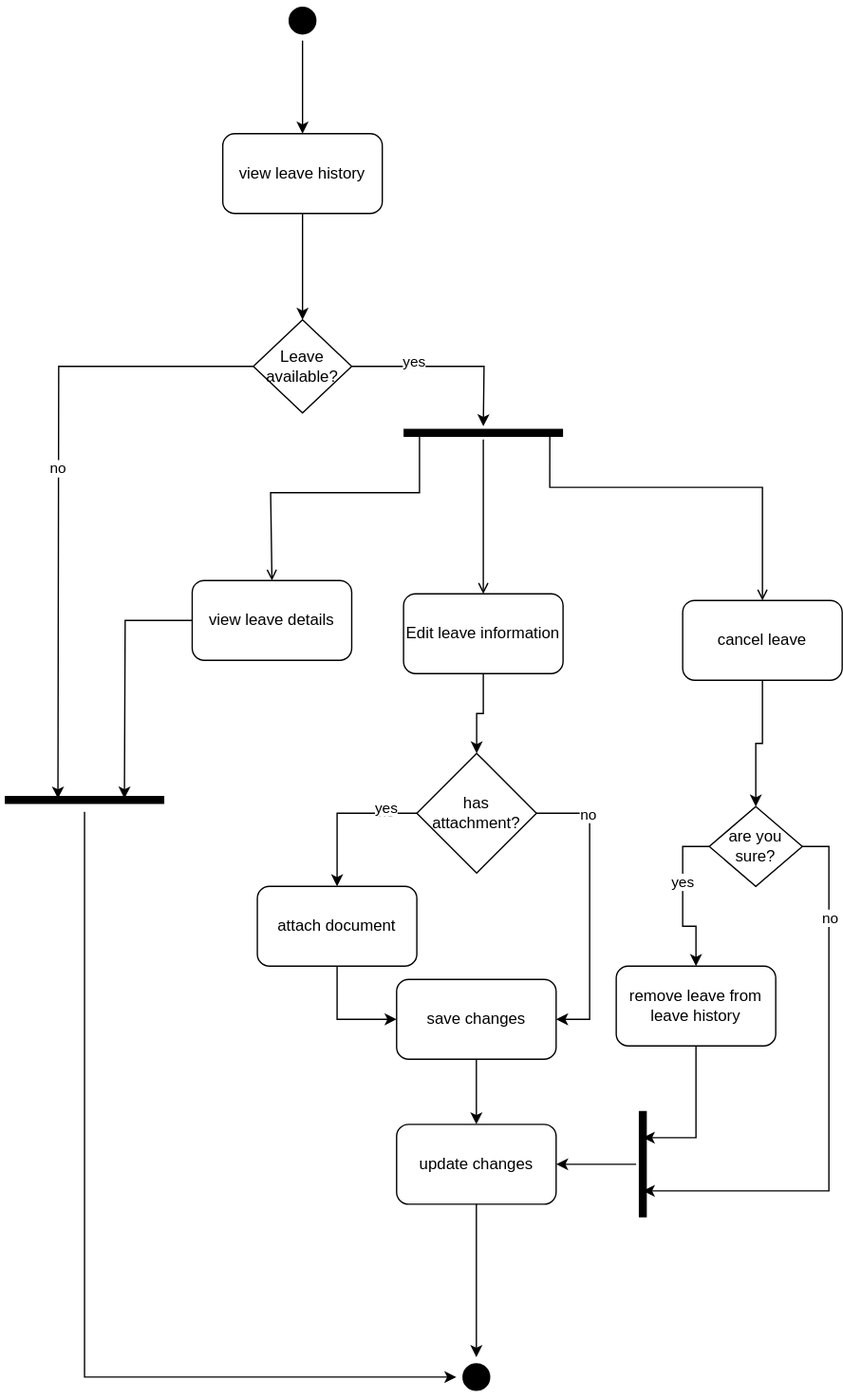
Earlier version of the draw.io export Activity Diagram/Leave History_ActivityDiagram.drawio.svg (tshegofatso-motlhakane/LeaveManagement--Documentation). Source tidied: cells renumbered, new cells last; positions are measured from the earlier drawing's top-left corner, leaving out a move shared by most shapes.
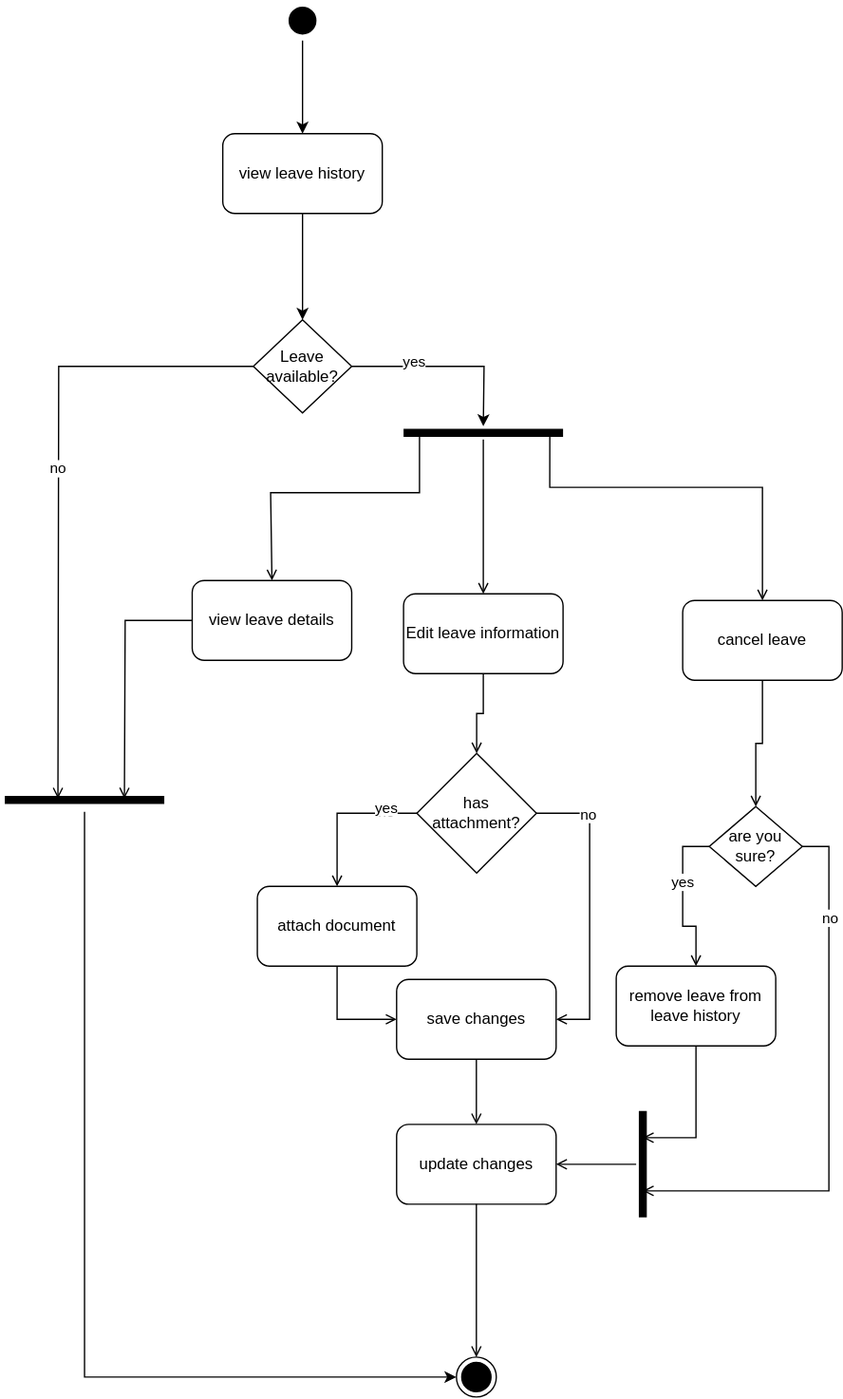
The same diagram one commit later.

Commit message:
update the leave history activity

Change to the diagram source:
```diff
@@ -22,7 +22,7 @@
     <mxCell id="7" value="yes" style="edgeLabel;html=1;align=center;verticalAlign=middle;" parent="6" vertex="1">
       <mxGeometry x="-0.36" y="4" relative="1" as="geometry" />
     </mxCell>
-    <mxCell id="8" style="edgeStyle=orthogonalEdgeStyle;rounded=0;jettySize=auto;html=1;exitX=0;exitY=0.5;exitDx=0;exitDy=0;" parent="1" edge="1" source="10">
+    <mxCell id="8" style="edgeStyle=orthogonalEdgeStyle;rounded=0;jettySize=auto;html=1;exitX=0;exitY=0.5;exitDx=0;exitDy=0;endArrow=open;endFill=0;" parent="1" edge="1" source="10">
       <mxGeometry relative="1" as="geometry">
         <mxPoint x="40" y="600" as="targetPoint" />
       </mxGeometry>
@@ -55,7 +55,7 @@
         </Array>
       </mxGeometry>
     </mxCell>
-    <mxCell id="15" style="edgeStyle=orthogonalEdgeStyle;rounded=0;jettySize=auto;html=1;exitX=0;exitY=0.5;exitDx=0;exitDy=0;" parent="1" edge="1" source="16">
+    <mxCell id="15" style="edgeStyle=orthogonalEdgeStyle;rounded=0;jettySize=auto;html=1;exitX=0;exitY=0.5;exitDx=0;exitDy=0;endArrow=open;endFill=0;" parent="1" edge="1" source="16">
       <mxGeometry relative="1" as="geometry">
         <mxPoint x="90" y="600" as="targetPoint" />
       </mxGeometry>
@@ -63,19 +63,19 @@
     <mxCell id="16" value="view leave details" style="rounded=1;whiteSpace=wrap;html=1;" parent="1" vertex="1">
       <mxGeometry x="141" y="436" width="120" height="60" as="geometry" />
     </mxCell>
-    <mxCell id="17" style="edgeStyle=orthogonalEdgeStyle;rounded=0;jettySize=auto;html=1;exitX=0.5;exitY=1;exitDx=0;exitDy=0;" parent="1" edge="1" source="18" target="26">
+    <mxCell id="17" style="edgeStyle=orthogonalEdgeStyle;rounded=0;jettySize=auto;html=1;exitX=0.5;exitY=1;exitDx=0;exitDy=0;endArrow=open;endFill=0;" parent="1" edge="1" source="18" target="26">
       <mxGeometry relative="1" as="geometry" />
     </mxCell>
     <mxCell id="18" value="Edit leave information" style="rounded=1;whiteSpace=wrap;html=1;" parent="1" vertex="1">
       <mxGeometry x="300" y="446" width="120" height="60" as="geometry" />
     </mxCell>
-    <mxCell id="19" style="edgeStyle=orthogonalEdgeStyle;rounded=0;jettySize=auto;html=1;exitX=0.5;exitY=1;exitDx=0;exitDy=0;" parent="1" edge="1" source="20" target="35">
+    <mxCell id="19" style="edgeStyle=orthogonalEdgeStyle;rounded=0;jettySize=auto;html=1;exitX=0.5;exitY=1;exitDx=0;exitDy=0;endArrow=open;endFill=0;" parent="1" edge="1" source="20" target="35">
       <mxGeometry relative="1" as="geometry" />
     </mxCell>
     <mxCell id="20" value="cancel leave" style="rounded=1;whiteSpace=wrap;html=1;" parent="1" vertex="1">
       <mxGeometry x="510" y="451" width="120" height="60" as="geometry" />
     </mxCell>
-    <mxCell id="21" style="edgeStyle=orthogonalEdgeStyle;rounded=0;jettySize=auto;html=1;exitX=1;exitY=0.5;exitDx=0;exitDy=0;entryX=1;entryY=0.5;entryDx=0;entryDy=0;" parent="1" edge="1" source="26" target="30">
+    <mxCell id="21" style="edgeStyle=orthogonalEdgeStyle;rounded=0;jettySize=auto;html=1;exitX=1;exitY=0.5;exitDx=0;exitDy=0;entryX=1;entryY=0.5;entryDx=0;entryDy=0;endArrow=open;endFill=0;" parent="1" edge="1" source="26" target="30">
       <mxGeometry relative="1" as="geometry">
         <Array as="points">
           <mxPoint x="440" y="611" />
@@ -86,7 +86,7 @@
     <mxCell id="22" value="no" style="edgeLabel;html=1;align=center;verticalAlign=middle;" parent="21" vertex="1">
       <mxGeometry x="-0.64" y="-2" relative="1" as="geometry" />
     </mxCell>
-    <mxCell id="23" style="edgeStyle=orthogonalEdgeStyle;rounded=0;jettySize=auto;html=1;exitX=0;exitY=0.5;exitDx=0;exitDy=0;" parent="1" edge="1" source="26" target="28">
+    <mxCell id="23" style="edgeStyle=orthogonalEdgeStyle;rounded=0;jettySize=auto;html=1;exitX=0;exitY=0.5;exitDx=0;exitDy=0;endArrow=open;endFill=0;" parent="1" edge="1" source="26" target="28">
       <mxGeometry relative="1" as="geometry" />
     </mxCell>
     <mxCell id="24" value="no" style="edgeLabel;html=1;align=center;verticalAlign=middle;" parent="23" vertex="1">
@@ -98,25 +98,25 @@
     <mxCell id="26" value="has attachment?" style="rhombus;whiteSpace=wrap;html=1;" parent="1" vertex="1">
       <mxGeometry x="310" y="566" width="90" height="90" as="geometry" />
     </mxCell>
-    <mxCell id="27" style="edgeStyle=orthogonalEdgeStyle;rounded=0;jettySize=auto;html=1;exitX=0.5;exitY=1;exitDx=0;exitDy=0;entryX=0;entryY=0.5;entryDx=0;entryDy=0;" parent="1" edge="1" source="28" target="30">
+    <mxCell id="27" style="edgeStyle=orthogonalEdgeStyle;rounded=0;jettySize=auto;html=1;exitX=0.5;exitY=1;exitDx=0;exitDy=0;entryX=0;entryY=0.5;entryDx=0;entryDy=0;endArrow=open;endFill=0;" parent="1" edge="1" source="28" target="30">
       <mxGeometry relative="1" as="geometry" />
     </mxCell>
     <mxCell id="28" value="attach document" style="rounded=1;whiteSpace=wrap;html=1;" parent="1" vertex="1">
       <mxGeometry x="190" y="666" width="120" height="60" as="geometry" />
     </mxCell>
-    <mxCell id="29" style="edgeStyle=orthogonalEdgeStyle;rounded=0;jettySize=auto;html=1;exitX=0.5;exitY=1;exitDx=0;exitDy=0;" parent="1" edge="1" source="30" target="38">
+    <mxCell id="29" style="edgeStyle=orthogonalEdgeStyle;rounded=0;jettySize=auto;html=1;exitX=0.5;exitY=1;exitDx=0;exitDy=0;endArrow=open;endFill=0;" parent="1" edge="1" source="30" target="38">
       <mxGeometry relative="1" as="geometry" />
     </mxCell>
     <mxCell id="30" value="save changes" style="rounded=1;whiteSpace=wrap;html=1;" parent="1" vertex="1">
       <mxGeometry x="294.8" y="736" width="120" height="60" as="geometry" />
     </mxCell>
-    <mxCell id="31" style="edgeStyle=orthogonalEdgeStyle;rounded=0;jettySize=auto;html=1;exitX=0;exitY=0.5;exitDx=0;exitDy=0;" parent="1" edge="1" source="35" target="37">
+    <mxCell id="31" style="edgeStyle=orthogonalEdgeStyle;rounded=0;jettySize=auto;html=1;exitX=0;exitY=0.5;exitDx=0;exitDy=0;endArrow=open;endFill=0;" parent="1" edge="1" source="35" target="37">
       <mxGeometry relative="1" as="geometry" />
     </mxCell>
     <mxCell id="32" value="yes" style="edgeLabel;html=1;align=center;verticalAlign=middle;" parent="31" vertex="1">
       <mxGeometry x="-0.21" y="-1" relative="1" as="geometry" />
     </mxCell>
-    <mxCell id="33" style="edgeStyle=orthogonalEdgeStyle;rounded=0;jettySize=auto;html=1;exitX=1;exitY=0.5;exitDx=0;exitDy=0;entryX=0.25;entryY=0.5;entryDx=0;entryDy=0;entryPerimeter=0;" parent="1" edge="1" source="35" target="41">
+    <mxCell id="33" style="edgeStyle=orthogonalEdgeStyle;rounded=0;jettySize=auto;html=1;exitX=1;exitY=0.5;exitDx=0;exitDy=0;entryX=0.25;entryY=0.5;entryDx=0;entryDy=0;entryPerimeter=0;endArrow=open;endFill=0;" parent="1" edge="1" source="35" target="41">
       <mxGeometry relative="1" as="geometry">
         <Array as="points">
           <mxPoint x="620" y="636" />
@@ -130,7 +130,7 @@
     <mxCell id="35" value="are you &lt;br&gt;sure?" style="rhombus;whiteSpace=wrap;html=1;" parent="1" vertex="1">
       <mxGeometry x="530" y="606" width="70" height="60" as="geometry" />
     </mxCell>
-    <mxCell id="36" style="edgeStyle=orthogonalEdgeStyle;rounded=0;jettySize=auto;html=1;exitX=0.5;exitY=1;exitDx=0;exitDy=0;entryX=0.75;entryY=0.5;entryDx=0;entryDy=0;entryPerimeter=0;" parent="1" edge="1" source="37" target="41">
+    <mxCell id="36" style="edgeStyle=orthogonalEdgeStyle;rounded=0;jettySize=auto;html=1;exitX=0.5;exitY=1;exitDx=0;exitDy=0;entryX=0.75;entryY=0.5;entryDx=0;entryDy=0;entryPerimeter=0;endArrow=open;endFill=0;" parent="1" edge="1" source="37" target="41">
       <mxGeometry relative="1" as="geometry">
         <Array as="points">
           <mxPoint x="520" y="855" />
@@ -143,19 +143,19 @@
     <mxCell id="38" value="update changes" style="rounded=1;whiteSpace=wrap;html=1;" parent="1" vertex="1">
       <mxGeometry x="294.8" y="845" width="120" height="60" as="geometry" />
     </mxCell>
-    <mxCell id="39" style="ellipse;html=1;shape=endState;fillColor=#000000;strokeColor=#FFFFFF;" parent="1" vertex="1">
+    <mxCell id="39" style="ellipse;html=1;shape=endState;fillColor=#000000;strokeColor=#000000;" parent="1" vertex="1">
       <mxGeometry x="339.8" y="1020" width="30" height="30" as="geometry" />
     </mxCell>
-    <mxCell id="40" style="edgeStyle=orthogonalEdgeStyle;rounded=0;jettySize=auto;html=1;exitX=0.5;exitY=1;exitDx=0;exitDy=0;entryX=0.5;entryY=0;entryDx=0;entryDy=0;" parent="1" edge="1" source="38" target="39">
+    <mxCell id="40" style="edgeStyle=orthogonalEdgeStyle;rounded=0;jettySize=auto;html=1;exitX=0.5;exitY=1;exitDx=0;exitDy=0;entryX=0.5;entryY=0;entryDx=0;entryDy=0;endArrow=open;endFill=0;" parent="1" edge="1" source="38" target="39">
       <mxGeometry relative="1" as="geometry" />
     </mxCell>
     <mxCell id="41" style="shape=line;html=1;strokeWidth=6;strokeColor=#000000;rotation=-90;" parent="1" vertex="1">
       <mxGeometry x="440" y="870" width="80" height="10" as="geometry" />
     </mxCell>
-    <mxCell id="42" style="endArrow=classic;html=1;rounded=0;entryX=1;entryY=0.5;entryDx=0;entryDy=0;" parent="1" edge="1" source="41" target="38">
+    <mxCell id="42" style="endArrow=open;html=1;rounded=0;entryX=1;entryY=0.5;entryDx=0;entryDy=0;endFill=0;" parent="1" edge="1" source="41" target="38">
       <mxGeometry relative="1" as="geometry" />
     </mxCell>
-    <mxCell id="43" style="endArrow=classic;html=1;rounded=0;entryX=0;entryY=0.5;entryDx=0;entryDy=0;" parent="1" edge="1" target="39">
+    <mxCell id="43" style="endArrow=classic;html=1;rounded=0;entryX=0;entryY=0.5;entryDx=0;entryDy=0;endFill=1;" parent="1" edge="1" target="39">
       <mxGeometry relative="1" as="geometry">
         <mxPoint x="60" y="610" as="sourcePoint" />
         <Array as="points">
```
